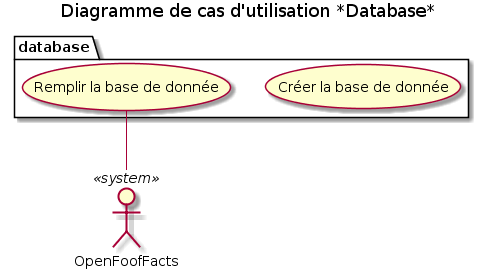
The PlantUML diagram doc/img/02_uc_database.png in Zepmanbc/oc_dapython_pr5, before a commit. The source it was exported from:
```plantuml
@startuml 02_uc_database
title Diagramme de cas d'utilisation *Database*

package database{
    (Créer la base de donnée) as CREATE
    (Remplir la base de donnée) as FILL
}

actor OpenFoofFacts <<system>>

FILL -- OpenFoofFacts

@enduml
```
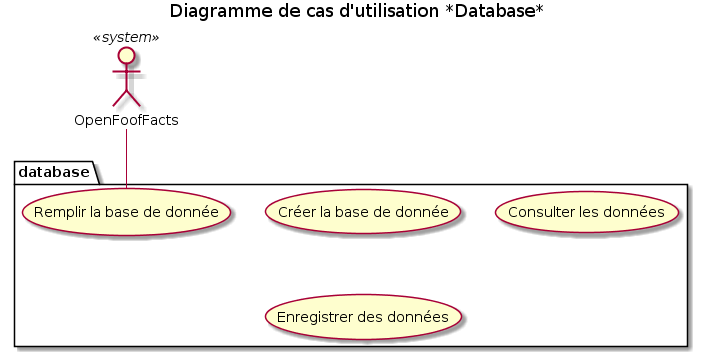
Later version of the same file.

Change to the diagram source:
```diff
@@ -4,10 +4,12 @@
 package database{
     (Créer la base de donnée) as CREATE
     (Remplir la base de donnée) as FILL
+    (Consulter les données) as READ
+    (Enregistrer des données) as SET
 }
 
 actor OpenFoofFacts <<system>>
 
-FILL -- OpenFoofFacts
+FILL -u- OpenFoofFacts
 
 @enduml
```
